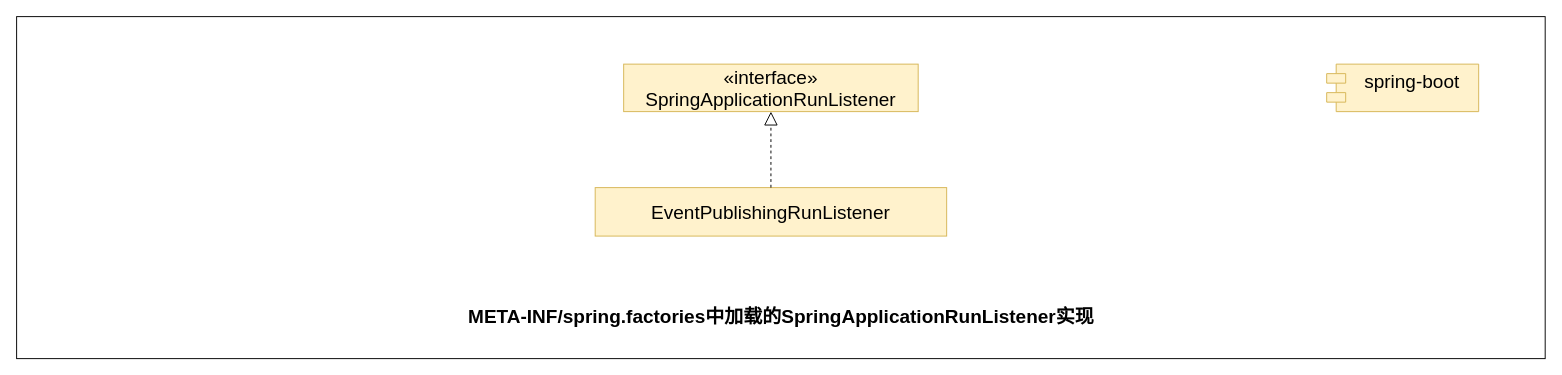
Above: dubbo-learning-doc/drawio/源码分析/1_SpringApplication_run方法/资源加载/3_META-INF_spring_factories_SpringApplicationRunListener.drawio in czwer/dubbo-learning (draw.io), before the change. Source tidied: cells renumbered, new cells numbered last; positions are measured from the earlier drawing's top-left corner, leaving out a move shared by most shapes. Both pictures are drawn from the tidied source at 95%, with x=0, y=0 at pixel (16, 16).
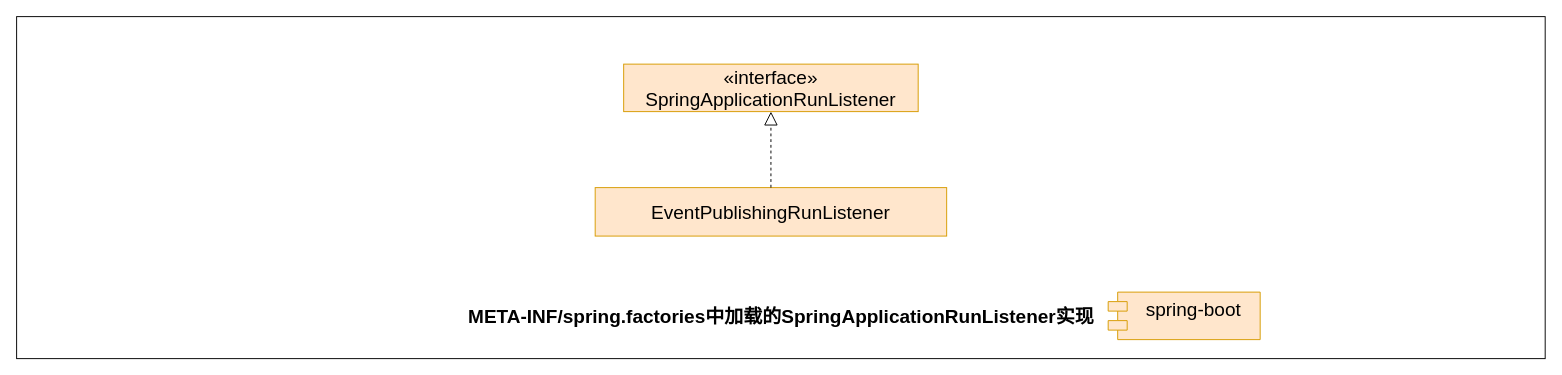
Above is the later version.

The edit, as a diff of the source:
```diff
@@
 <mxGraphModel>
   <root>
     <mxCell id="0" />
     <mxCell id="1" parent="0" />
     <mxCell id="2" style="rounded=0;whiteSpace=wrap;html=1;" parent="1" vertex="1">
       <mxGeometry width="1609" height="360" as="geometry" />
     </mxCell>
-    <mxCell id="3" value="«interface»&lt;br&gt;SpringApplicationRunListener" style="html=1;whiteSpace=wrap;fontSize=20;fontStyle=0;fillColor=#fff2cc;strokeColor=#d6b656;" parent="1" vertex="1">
+    <mxCell id="3" value="«interface»&lt;br&gt;SpringApplicationRunListener" style="html=1;whiteSpace=wrap;fontSize=20;fontStyle=0;fillColor=#ffe6cc;strokeColor=#d79b00;" parent="1" vertex="1">
       <mxGeometry x="639" y="50" width="310" height="50" as="geometry" />
     </mxCell>
-    <mxCell id="4" value="spring-boot&lt;div&gt;&lt;div&gt;&lt;br&gt;&lt;/div&gt;&lt;/div&gt;" style="shape=module;align=left;spacingLeft=20;align=center;verticalAlign=top;whiteSpace=wrap;html=1;fontSize=20;fillColor=#fff2cc;strokeColor=#d6b656;" parent="1" vertex="1">
-      <mxGeometry x="1379" y="50" width="160" height="50" as="geometry" />
+    <mxCell id="4" value="spring-boot&lt;div&gt;&lt;div&gt;&lt;br&gt;&lt;/div&gt;&lt;/div&gt;" style="shape=module;align=left;spacingLeft=20;align=center;verticalAlign=top;whiteSpace=wrap;html=1;fontSize=20;fillColor=#ffe6cc;strokeColor=#d79b00;" parent="1" vertex="1">
+      <mxGeometry x="1149" y="290" width="160" height="50" as="geometry" />
     </mxCell>
-    <mxCell id="5" value="&lt;div&gt;EventPublishingRunListener&lt;/div&gt;" style="html=1;whiteSpace=wrap;fontSize=20;verticalAlign=middle;align=center;fillColor=#fff2cc;strokeColor=#d6b656;" parent="1" vertex="1">
+    <mxCell id="5" value="&lt;div&gt;EventPublishingRunListener&lt;/div&gt;" style="html=1;whiteSpace=wrap;fontSize=20;verticalAlign=middle;align=center;fillColor=#ffe6cc;strokeColor=#d79b00;" parent="1" vertex="1">
       <mxGeometry x="609" y="180" width="370" height="51" as="geometry" />
     </mxCell>
     <mxCell id="6" style="endArrow=block;dashed=1;endFill=0;endSize=12;html=1;rounded=0;exitX=0.5;exitY=0;exitDx=0;exitDy=0;entryX=0.5;entryY=1;entryDx=0;entryDy=0;" parent="1" edge="1" source="5" target="3">
       <mxGeometry relative="1" as="geometry" />
     </mxCell>
     <mxCell id="7" value="META-INF/spring.factories中加载的SpringApplicationRunListener实现" style="text;html=1;align=center;verticalAlign=middle;whiteSpace=wrap;rounded=0;fontSize=20;fontStyle=1;" parent="1" vertex="1">
       <mxGeometry x="384.5" y="300" width="840" height="30" as="geometry" />
     </mxCell>
   </root>
 </mxGraphModel>
```
